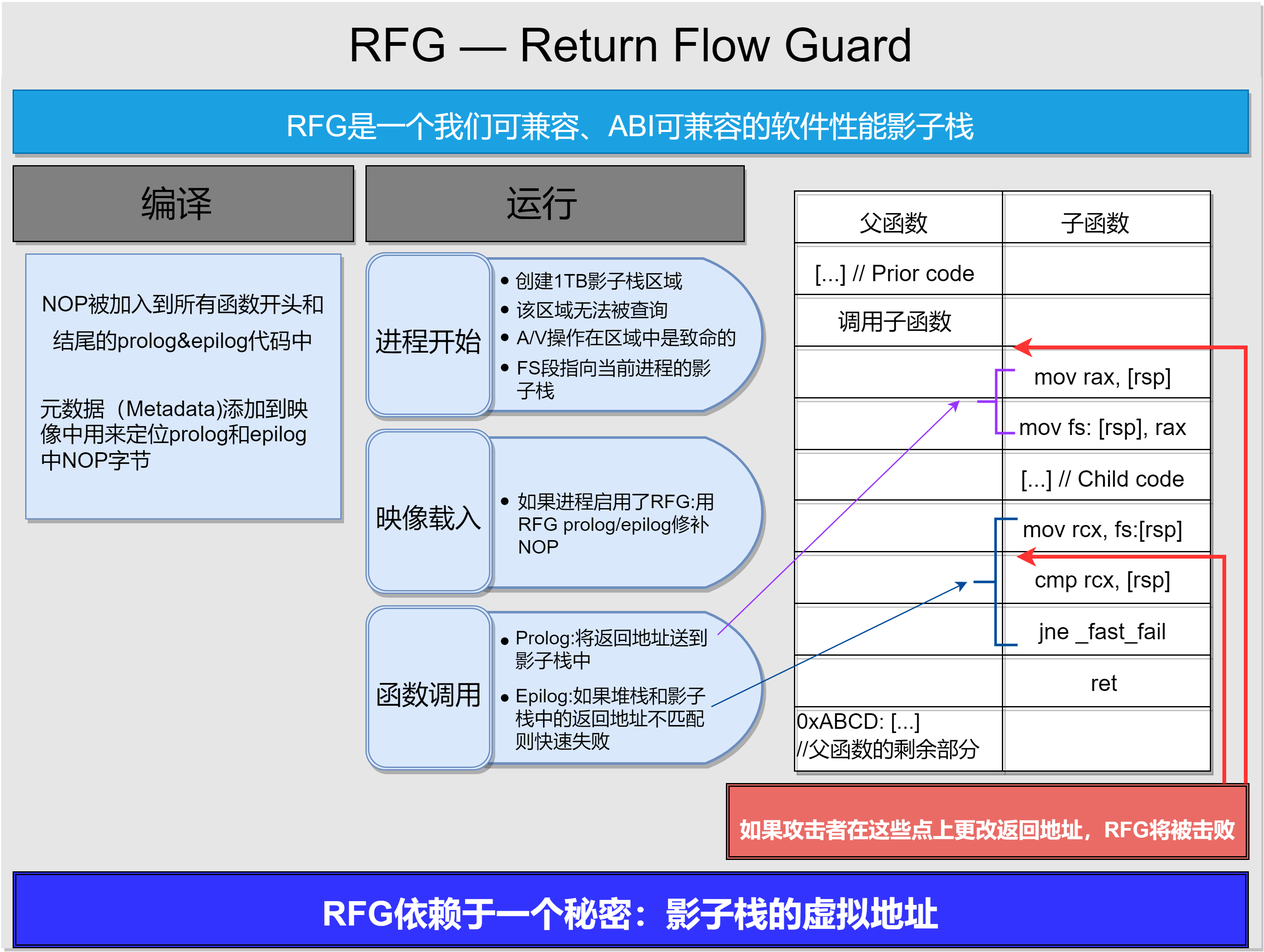
The draw.io diagram Diagram6.drawio.png in ZKX64/Textbook-graph, before a commit. Source tidied: cells renumbered, new cells last; positions are measured from the earlier drawing's top-left corner, leaving out a move shared by most shapes.
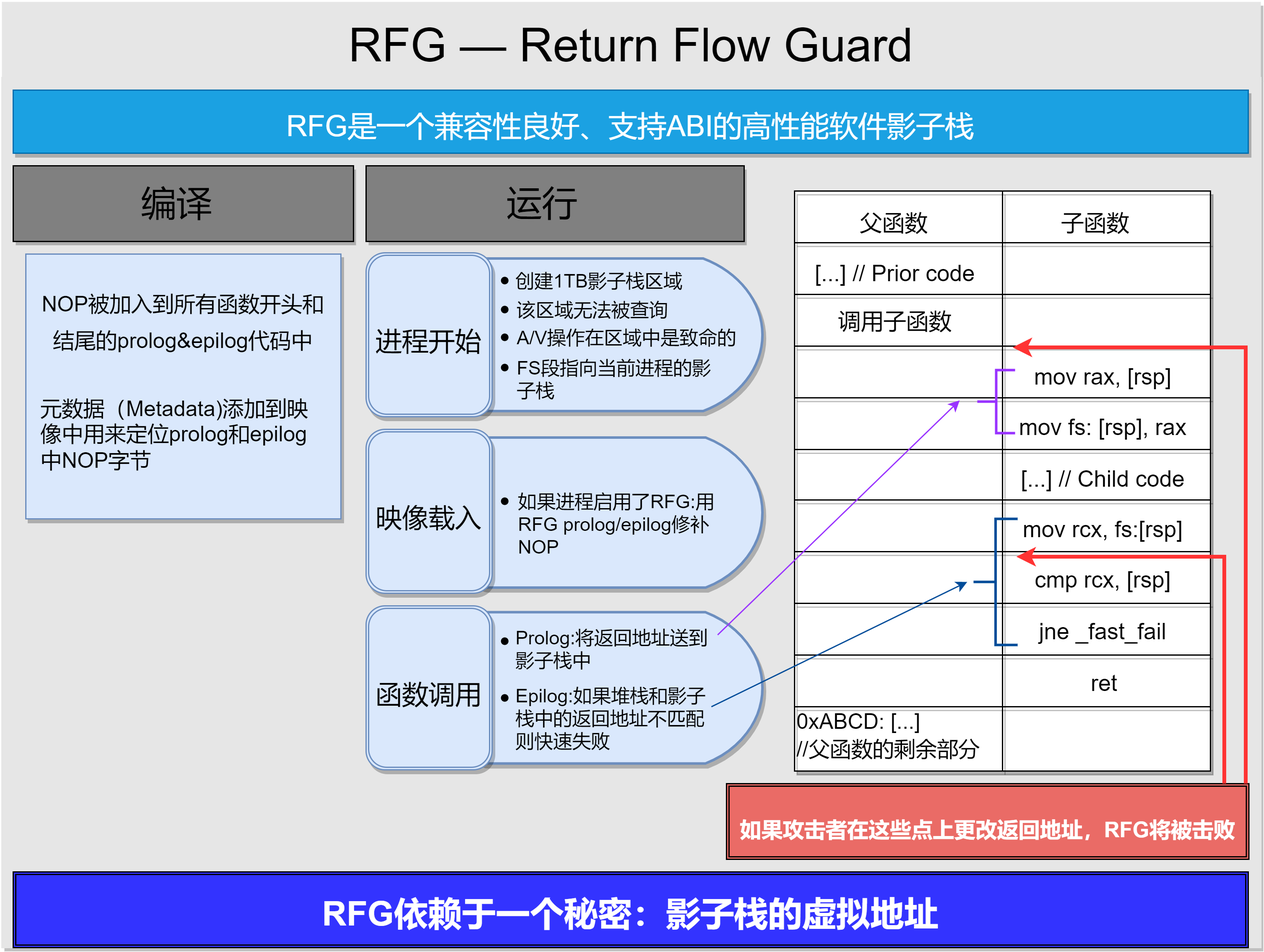
Above is the later version.

Change to the diagram source:
```diff
@@ -8,7 +8,7 @@
     <mxCell id="3" style="verticalLabelPosition=bottom;verticalAlign=top;html=1;shape=mxgraph.basic.rect;fillColor2=none;strokeWidth=1;size=20;indent=5;shadow=1;glass=0;sketch=0;strokeColor=#E6E6E6;fontSize=37;fillColor=#E6E6E6;" parent="1" vertex="1">
       <mxGeometry y="60" width="999" height="690" as="geometry" />
     </mxCell>
-    <mxCell id="4" value="&lt;font style=&quot;font-size: 23px;&quot;&gt;RFG是一个我们可兼容、ABI可兼容的软件性能影子栈&lt;/font&gt;" style="whiteSpace=wrap;html=1;shadow=1;glass=0;sketch=0;strokeColor=#006EAF;fontSize=37;fillColor=#1ba1e2;fontColor=#ffffff;" parent="1" vertex="1">
+    <mxCell id="4" value="&lt;font style=&quot;font-size: 23px;&quot;&gt;RFG是一个兼容性良好、支持ABI的高性能软件影子栈&lt;/font&gt;" style="whiteSpace=wrap;html=1;shadow=1;glass=0;sketch=0;strokeColor=#006EAF;fontSize=37;fillColor=#1ba1e2;fontColor=#ffffff;" parent="1" vertex="1">
       <mxGeometry x="9" y="70" width="980" height="50" as="geometry" />
     </mxCell>
     <mxCell id="5" style="verticalLabelPosition=bottom;verticalAlign=top;html=1;shape=mxgraph.basic.rect;fillColor2=none;strokeWidth=1;size=20;indent=5;shadow=1;glass=0;sketch=0;strokeColor=default;fontSize=37;fillColor=#808080;" parent="1" vertex="1">
```
